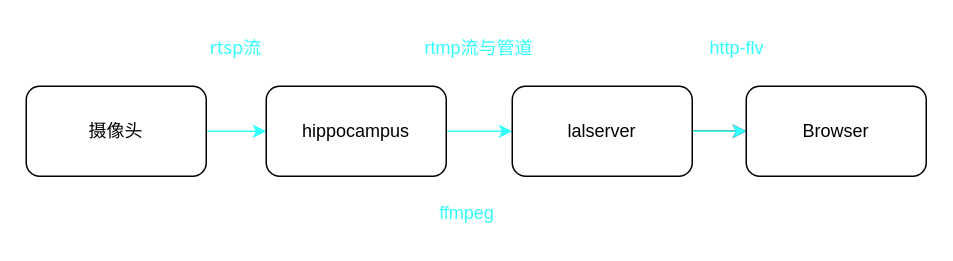
Before: docs/images/pipeline.drawio in open-v2x/hippocampus, a draw.io diagram. Source tidied: cells renumbered, new cells numbered last; positions are measured from the earlier drawing's top-left corner, leaving out a move shared by most shapes. Both pictures are drawn from the tidied source at 150%, with x=0, y=0 at pixel (26, 26).
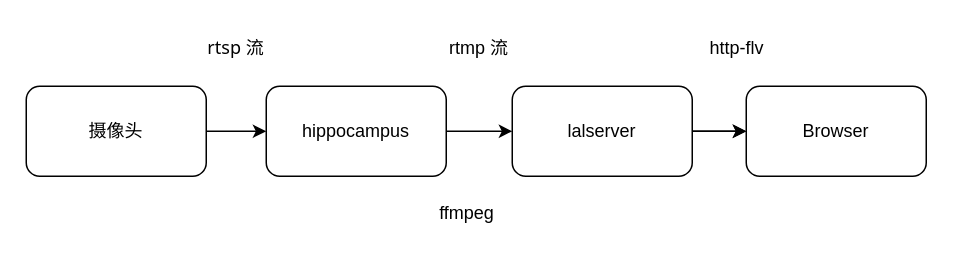
The same page after the edit.

Diff of the diagram source:
```diff
@@
 <mxGraphModel>
   <root>
     <mxCell id="0" />
     <mxCell id="1" parent="0" />
-    <mxCell id="2" style="edgeStyle=none;html=1;strokeColor=#33FFFF;" parent="1" edge="1" source="3" target="5">
+    <mxCell id="2" style="edgeStyle=none;html=1;strokeColor=#000000;" parent="1" edge="1" source="3" target="5">
       <mxGeometry relative="1" as="geometry" />
     </mxCell>
     <mxCell id="3" value="摄像头" style="rounded=1;whiteSpace=wrap;html=1;" parent="1" vertex="1">
       <mxGeometry y="40" width="120" height="60" as="geometry" />
     </mxCell>
-    <mxCell id="4" style="edgeStyle=none;html=1;strokeColor=#33FFFF;" parent="1" edge="1" source="5" target="8">
+    <mxCell id="4" style="edgeStyle=none;html=1;strokeColor=#000000;" parent="1" edge="1" source="5" target="8">
       <mxGeometry relative="1" as="geometry" />
     </mxCell>
     <mxCell id="5" value="hippocampus" style="rounded=1;whiteSpace=wrap;html=1;" parent="1" vertex="1">
       <mxGeometry x="160" y="40" width="120" height="60" as="geometry" />
     </mxCell>
-    <mxCell id="6" style="edgeStyle=none;html=1;" parent="1" edge="1" source="8" target="9">
+    <mxCell id="6" style="edgeStyle=none;html=1;strokeColor=#000000;" parent="1" edge="1" source="8" target="9">
       <mxGeometry relative="1" as="geometry" />
     </mxCell>
-    <mxCell id="7" style="edgeStyle=none;html=1;strokeColor=#33FFFF;" parent="1" edge="1" source="8" target="9">
+    <mxCell id="7" style="edgeStyle=none;html=1;strokeColor=#000000;" parent="1" edge="1" source="8" target="9">
       <mxGeometry relative="1" as="geometry" />
     </mxCell>
     <mxCell id="8" value="lalserver" style="rounded=1;whiteSpace=wrap;html=1;" parent="1" vertex="1">
       <mxGeometry x="324" y="40" width="120" height="60" as="geometry" />
     </mxCell>
     <mxCell id="9" value="Browser" style="rounded=1;whiteSpace=wrap;html=1;" parent="1" vertex="1">
       <mxGeometry x="480" y="40" width="120" height="60" as="geometry" />
     </mxCell>
-    <mxCell id="10" value="&lt;font face=&quot;Tahoma&quot; color=&quot;#33ffff&quot;&gt;rtsp流&lt;/font&gt;" style="text;html=1;strokeColor=none;fillColor=none;align=center;verticalAlign=middle;whiteSpace=wrap;rounded=0;" parent="1" vertex="1">
+    <mxCell id="10" value="&lt;font face=&quot;Tahoma&quot;&gt;rtsp 流&lt;/font&gt;" style="text;html=1;strokeColor=none;fillColor=none;align=center;verticalAlign=middle;whiteSpace=wrap;rounded=0;" parent="1" vertex="1">
       <mxGeometry x="110" width="60" height="30" as="geometry" />
     </mxCell>
-    <mxCell id="11" value="&lt;font color=&quot;#33ffff&quot;&gt;rtmp流与管道&lt;/font&gt;" style="text;html=1;strokeColor=none;fillColor=none;align=center;verticalAlign=middle;whiteSpace=wrap;rounded=0;" parent="1" vertex="1">
+    <mxCell id="11" value="rtmp 流" style="text;html=1;strokeColor=none;fillColor=none;align=center;verticalAlign=middle;whiteSpace=wrap;rounded=0;" parent="1" vertex="1">
       <mxGeometry x="264" width="76" height="30" as="geometry" />
     </mxCell>
-    <mxCell id="12" value="&lt;font color=&quot;#33ffff&quot;&gt;ffmpeg&lt;/font&gt;" style="text;html=1;strokeColor=none;fillColor=none;align=center;verticalAlign=middle;whiteSpace=wrap;rounded=0;" parent="1" vertex="1">
+    <mxCell id="12" value="ffmpeg" style="text;html=1;strokeColor=none;fillColor=none;align=center;verticalAlign=middle;whiteSpace=wrap;rounded=0;" parent="1" vertex="1">
       <mxGeometry x="264" y="110" width="60" height="30" as="geometry" />
     </mxCell>
-    <mxCell id="13" value="&lt;font color=&quot;#33ffff&quot;&gt;http-flv&lt;/font&gt;" style="text;html=1;strokeColor=none;fillColor=none;align=center;verticalAlign=middle;whiteSpace=wrap;rounded=0;" parent="1" vertex="1">
+    <mxCell id="13" value="http-flv" style="text;html=1;strokeColor=none;fillColor=none;align=center;verticalAlign=middle;whiteSpace=wrap;rounded=0;" parent="1" vertex="1">
       <mxGeometry x="444" width="60" height="30" as="geometry" />
     </mxCell>
   </root>
 </mxGraphModel>
```
